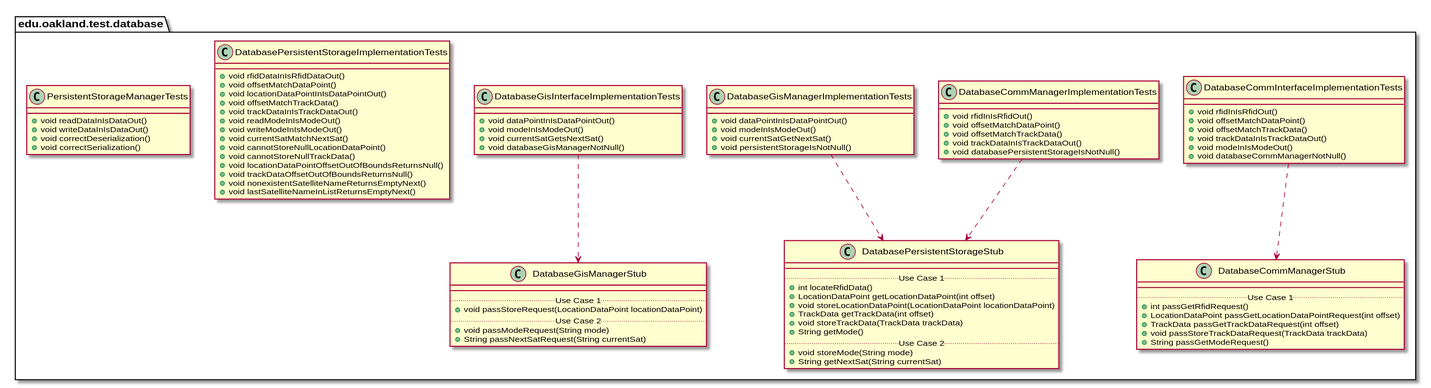
The PlantUML diagram docs/uml-class-diagrams/database/test/DatabaseTestPackage_InternalDependencies.svg in andrewdimmer/csi-3370-software-project, before a commit.
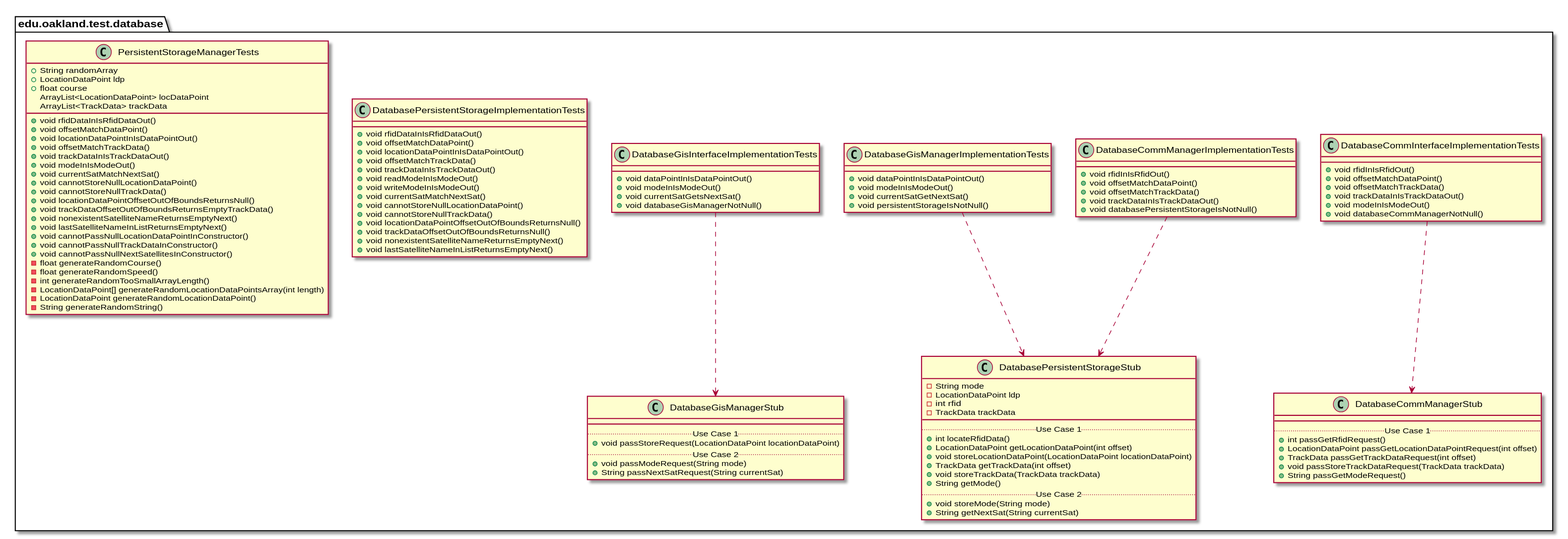
After the change.

Diff of the diagram source:
```diff
@@ -46,6 +46,10 @@
 
 package edu.oakland.test.database {
     class DatabasePersistentStorageStub {
+        - String mode
+        - LocationDataPoint ldp
+        - int rfid
+        - TrackData trackData
         __
         .. Use Case 1 ..
         + int locateRfidData()
@@ -120,10 +124,33 @@
 
 package edu.oakland.test.database {
     class PersistentStorageManagerTests {
-        + void readDataInIsDataOut()
-        + void writeDataInIsDataOut()
-        + void correctDeserialization()
-        + void correctSerialization()
+        + String randomArray
+        + LocationDataPoint ldp
+        + float course
+        ArrayList<LocationDataPoint> locDataPoint
+        ArrayList<TrackData> trackData
+        + void rfidDataInIsRfidDataOut()
+        + void offsetMatchDataPoint()
+        + void locationDataPointInIsDataPointOut()
+        + void offsetMatchTrackData()
+        + void trackDataInIsTrackDataOut()
+        + void modeInIsModeOut()
+        + void currentSatMatchNextSat()
+        + void cannotStoreNullLocationDataPoint()
+        + void cannotStoreNullTrackData()
+        + void locationDataPointOffsetOutOfBoundsReturnsNull()
+        + void trackDataOffsetOutOfBoundsReturnsEmptyTrackData()
+        + void nonexistentSatelliteNameReturnsEmptyNext()
+        + void lastSatelliteNameInListReturnsEmptyNext()
+        + void cannotPassNullLocationDataPointInConstructor()
+        + void cannotPassNullTrackDataInConstructor()
+        + void cannotPassNullNextSatellitesInConstructor()
+        - float generateRandomCourse()
+        - float generateRandomSpeed()
+        - int generateRandomTooSmallArrayLength()
+        - LocationDataPoint[] generateRandomLocationDataPointsArray(int length)
+        - LocationDataPoint generateRandomLocationDataPoint()
+        - String generateRandomString()
     }
 }
 
```
